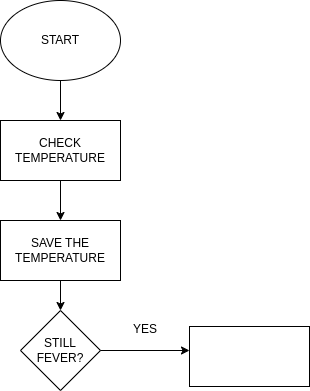
This is NOMOR2.png from tahukotak13th/tahukotak13th.github.io, a draw.io export, as it was before one commit. Source tidied: cells renumbered, new cells last; positions are measured from the earlier drawing's top-left corner, leaving out a move shared by most shapes.
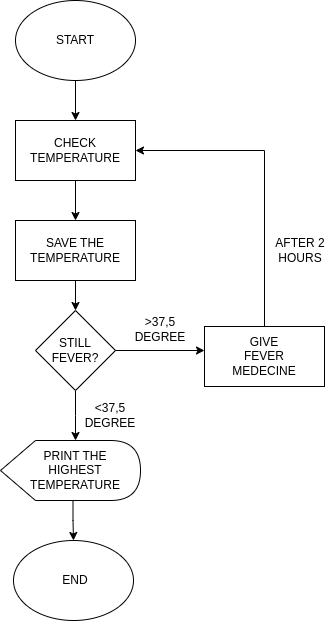
Above is the later version.

Diff of the diagram source:
```diff
@@ -20,6 +20,11 @@
     <mxCell id="7" value="CHECK TEMPERATURE" style="text;strokeColor=none;align=center;fillColor=none;html=1;verticalAlign=middle;whiteSpace=wrap;rounded=0;" parent="1" vertex="1">
       <mxGeometry x="30" y="135" width="60" height="30" as="geometry" />
     </mxCell>
+    <mxCell id="16" style="edgeStyle=orthogonalEdgeStyle;rounded=0;jettySize=auto;html=1;exitX=0.5;exitY=1;exitDx=0;exitDy=0;entryX=0.5;entryY=0;entryDx=0;entryDy=0;" parent="1" edge="1" source="8">
+      <mxGeometry relative="1" as="geometry">
+        <mxPoint x="60" y="440" as="targetPoint" />
+      </mxGeometry>
+    </mxCell>
     <mxCell id="8" style="rhombus;whiteSpace=wrap;html=1;" parent="1" vertex="1">
       <mxGeometry x="20" y="310" width="80" height="80" as="geometry" />
     </mxCell>
@@ -35,14 +40,41 @@
     <mxCell id="12" value="STILL FEVER?" style="text;strokeColor=none;align=center;fillColor=none;html=1;verticalAlign=middle;whiteSpace=wrap;rounded=0;" parent="1" vertex="1">
       <mxGeometry x="30" y="335" width="60" height="30" as="geometry" />
     </mxCell>
+    <mxCell id="17" style="edgeStyle=orthogonalEdgeStyle;rounded=0;jettySize=auto;html=1;exitX=0.5;exitY=0;exitDx=0;exitDy=0;entryX=1;entryY=0.5;entryDx=0;entryDy=0;" parent="1" edge="1" source="13" target="6">
+      <mxGeometry relative="1" as="geometry" />
+    </mxCell>
     <mxCell id="13" style="rounded=0;whiteSpace=wrap;html=1;" parent="1" vertex="1">
       <mxGeometry x="189" y="326" width="120" height="60" as="geometry" />
     </mxCell>
     <mxCell id="14" style="edgeStyle=orthogonalEdgeStyle;rounded=0;jettySize=auto;html=1;exitX=1;exitY=0.5;exitDx=0;exitDy=0;entryX=0;entryY=0.4;entryDx=0;entryDy=0;entryPerimeter=0;" parent="1" edge="1" source="8" target="13">
       <mxGeometry relative="1" as="geometry" />
     </mxCell>
-    <mxCell id="15" value="YES" style="text;strokeColor=none;align=center;fillColor=none;html=1;verticalAlign=middle;whiteSpace=wrap;rounded=0;" parent="1" vertex="1">
+    <mxCell id="15" value="&amp;gt;37,5 DEGREE" style="text;strokeColor=none;align=center;fillColor=none;html=1;verticalAlign=middle;whiteSpace=wrap;rounded=0;" parent="1" vertex="1">
       <mxGeometry x="115" y="314" width="60" height="30" as="geometry" />
     </mxCell>
+    <mxCell id="18" value="GIVE FEVER MEDECINE" style="text;strokeColor=none;align=center;fillColor=none;html=1;verticalAlign=middle;whiteSpace=wrap;rounded=0;" parent="1" vertex="1">
+      <mxGeometry x="219" y="341" width="60" height="30" as="geometry" />
+    </mxCell>
+    <mxCell id="19" value="AFTER 2 HOURS" style="text;strokeColor=none;align=center;fillColor=none;html=1;verticalAlign=middle;whiteSpace=wrap;rounded=0;" parent="1" vertex="1">
+      <mxGeometry x="255" y="235" width="60" height="30" as="geometry" />
+    </mxCell>
+    <mxCell id="20" value="&amp;lt;37,5 DEGREE" style="text;strokeColor=none;align=center;fillColor=none;html=1;verticalAlign=middle;whiteSpace=wrap;rounded=0;" parent="1" vertex="1">
+      <mxGeometry x="65" y="400" width="60" height="30" as="geometry" />
+    </mxCell>
+    <mxCell id="21" style="edgeStyle=orthogonalEdgeStyle;rounded=0;jettySize=auto;html=1;exitX=0;exitY=0;exitDx=72.5;exitDy=60;exitPerimeter=0;entryX=0.5;entryY=0;entryDx=0;entryDy=0;" parent="1" edge="1" source="22" target="24">
+      <mxGeometry relative="1" as="geometry" />
+    </mxCell>
+    <mxCell id="22" style="shape=display;whiteSpace=wrap;html=1;" parent="1" vertex="1">
+      <mxGeometry x="-15" y="440" width="140" height="60" as="geometry" />
+    </mxCell>
+    <mxCell id="23" value="PRINT THE HIGHEST TEMPERATURE" style="text;strokeColor=none;align=center;fillColor=none;html=1;verticalAlign=middle;whiteSpace=wrap;rounded=0;" parent="1" vertex="1">
+      <mxGeometry x="30" y="455" width="60" height="30" as="geometry" />
+    </mxCell>
+    <mxCell id="24" style="ellipse;whiteSpace=wrap;html=1;" parent="1" vertex="1">
+      <mxGeometry x="-2" y="540" width="120" height="80" as="geometry" />
+    </mxCell>
+    <mxCell id="25" value="END" style="text;strokeColor=none;align=center;fillColor=none;html=1;verticalAlign=middle;whiteSpace=wrap;rounded=0;" parent="1" vertex="1">
+      <mxGeometry x="30" y="565" width="60" height="30" as="geometry" />
+    </mxCell>
   </root>
 </mxGraphModel>
```
